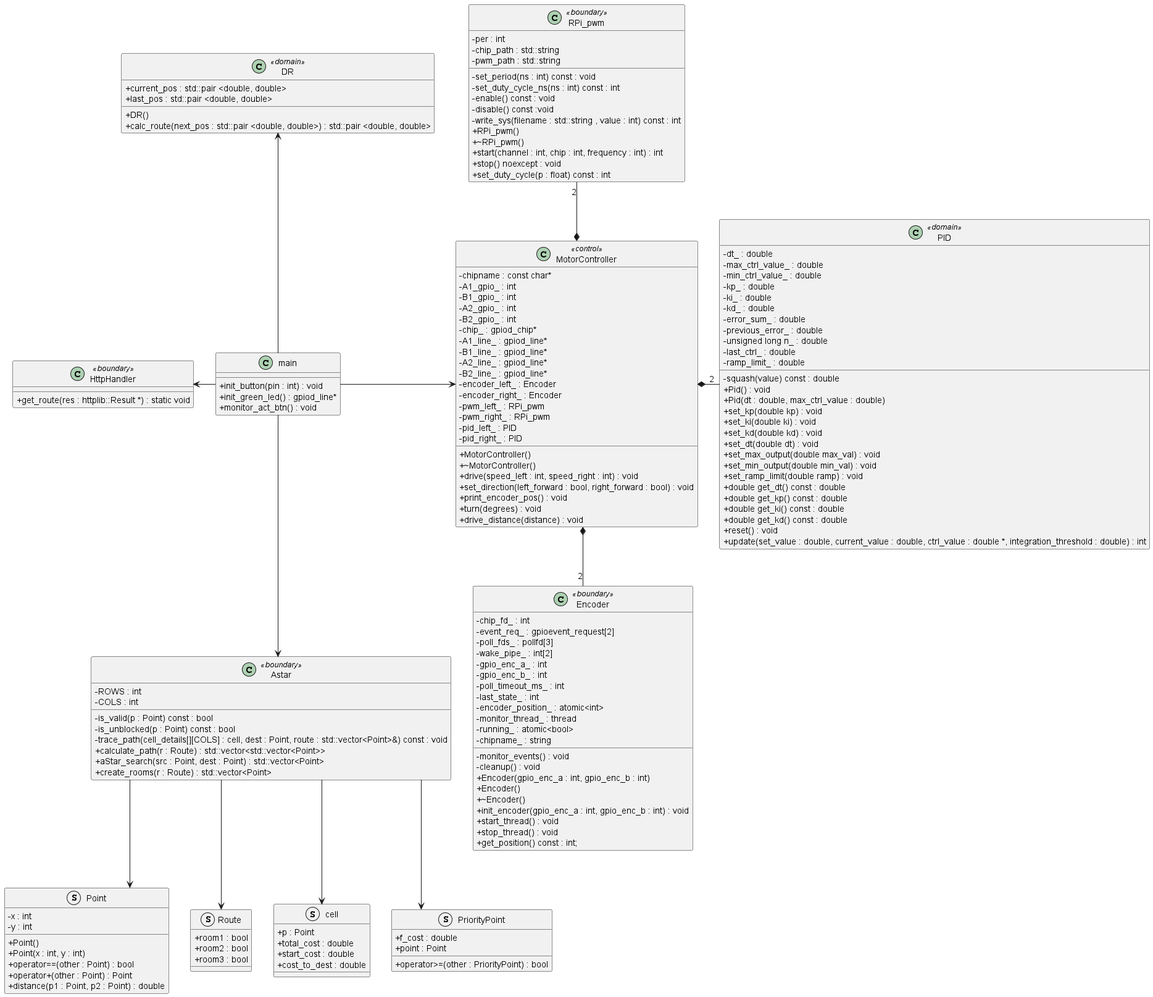
Above: docs/diagrams/out/apModel/car_cd/CarClasses.png in lineklemensen/PRJ3 (PlantUML), before the change.
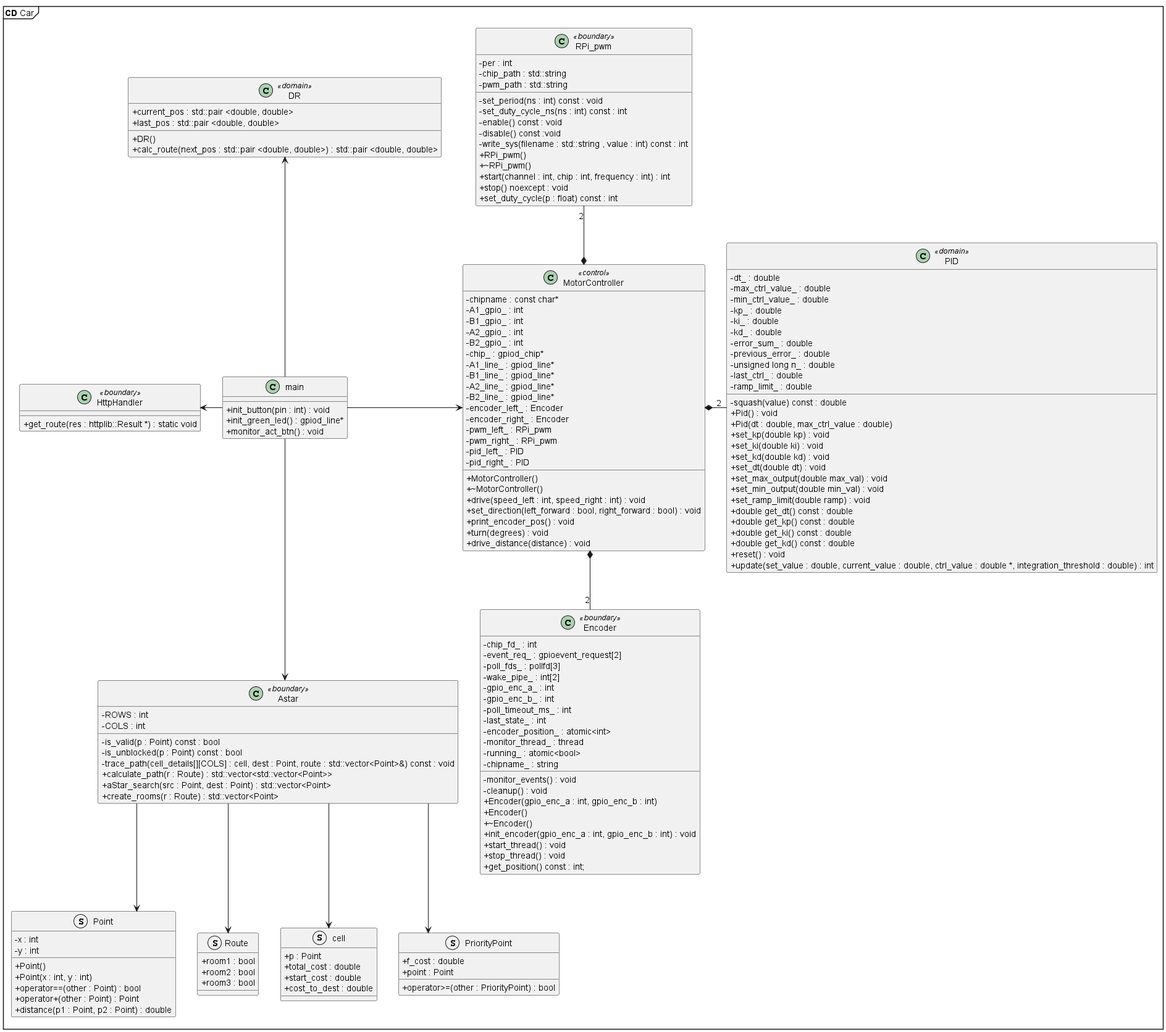
After the change.

Change to the diagram source:
```diff
@@ -6,6 +6,7 @@
     ClassAttributeIconSize 0
 }
 
+mainframe **CD** Car
 
 class "MotorController" as mc <<control>>
 {
```
